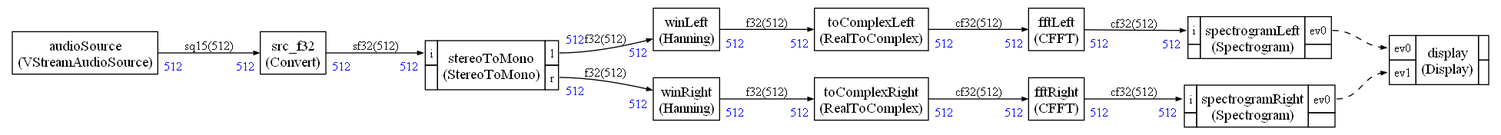
Earlier version of the Graphviz export App_HE/stream/scheduler/graph.png (christophe0606/AlifAudioExample). Its source is kept beside it as App_HE/stream/scheduler/graph.dot.
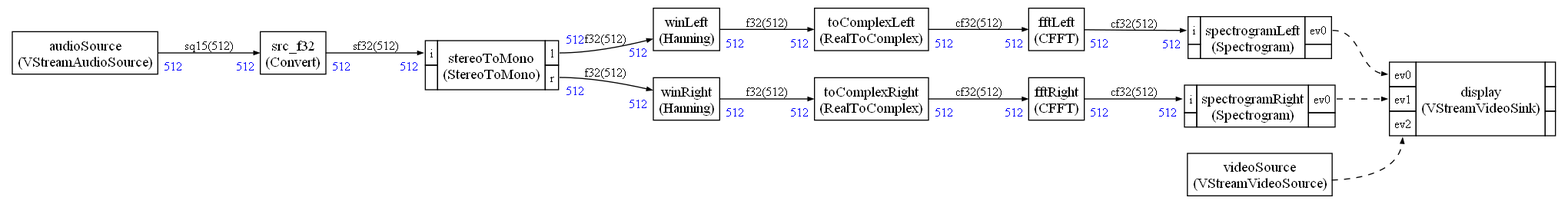
The same diagram one commit later.

The edit, as a diff of the source:
```diff
@@ -114,11 +114,15 @@
 <TABLE color="black" bgcolor="none" BORDER="0" CELLBORDER="1" CELLSPACING="0" CELLPADDING="4">
   <TR>
     <TD PORT="0"><FONT POINT-SIZE="12.0" COLOR="black">ev0</FONT></TD>
-    <TD ALIGN="CENTER" ROWSPAN="2"><FONT COLOR="black" POINT-SIZE="14.0">display<BR/>(Display)</FONT></TD>
+    <TD ALIGN="CENTER" ROWSPAN="3"><FONT COLOR="black" POINT-SIZE="14.0">display<BR/>(VStreamVideoSink)</FONT></TD>
     <TD></TD>
   </TR>
 <TR>
 <TD PORT="1"><FONT POINT-SIZE="12.0" COLOR="black">ev1</FONT></TD>
+
+
+<TD></TD></TR><TR>
+<TD PORT="2"><FONT POINT-SIZE="12.0" COLOR="black">ev2</FONT></TD>
 
 
 <TD></TD></TR>
```
